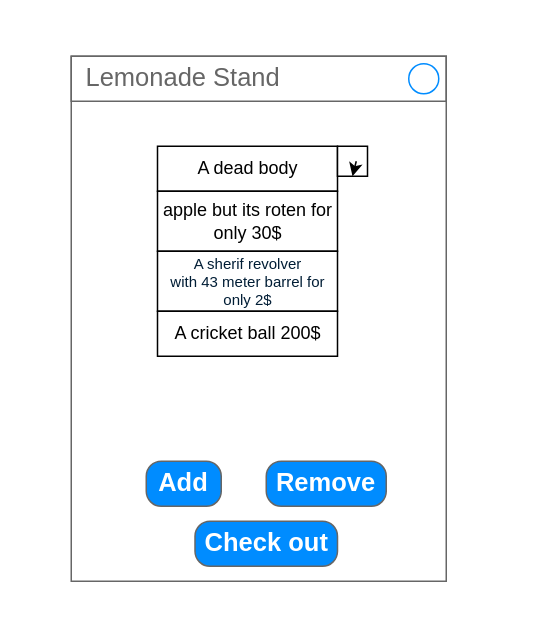
Above: stand.drawio in MAL-12DGT-2025/tkinter-projects-ZaneDied (draw.io), before the change. Source tidied: cells renumbered, new cells numbered last; positions are measured from the earlier drawing's top-left corner, leaving out a move shared by most shapes. Both pictures are drawn from the tidied source at 150%, with x=0, y=0 at pixel (70, 56).
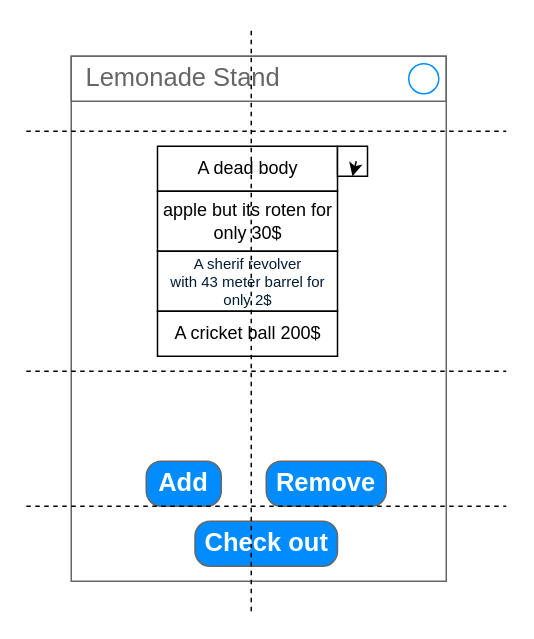
After the change.

Unchanged cells that the change refers to:
```xml
<mxCell id="2" style="strokeWidth=1;shadow=0;dashed=0;align=center;html=1;shape=mxgraph.mockup.containers.rrect;rSize=0;strokeColor=#666666;fontColor=#666666;fontSize=17;verticalAlign=top;whiteSpace=wrap;fillColor=#ffffff;spacingTop=32;" parent="1" vertex="1">
  <mxGeometry width="250" height="350" as="geometry" />
</mxCell>
```

What changed in the source:
```diff
@@
+    <mxCell id="14" style="endArrow=none;dashed=1;html=1;" parent="2" edge="1">
+      <mxGeometry relative="1" as="geometry">
+        <mxPoint x="-30" y="210" as="sourcePoint" />
+        <mxPoint x="290" y="210" as="targetPoint" />
+      </mxGeometry>
+    </mxCell>
+    <mxCell id="15" style="endArrow=none;dashed=1;html=1;" parent="2" edge="1">
+      <mxGeometry relative="1" as="geometry">
+        <mxPoint x="-30" y="300" as="sourcePoint" />
+        <mxPoint x="290" y="300" as="targetPoint" />
+      </mxGeometry>
+    </mxCell>
@@
+    <mxCell id="16" style="endArrow=none;dashed=1;html=1;" parent="1" edge="1">
+      <mxGeometry relative="1" as="geometry">
+        <mxPoint x="-30" y="50" as="sourcePoint" />
+        <mxPoint x="290" y="50" as="targetPoint" />
+      </mxGeometry>
+    </mxCell>
+    <mxCell id="17" style="endArrow=none;dashed=1;html=1;" parent="1" edge="1">
+      <mxGeometry relative="1" as="geometry">
+        <mxPoint x="120" y="370" as="sourcePoint" />
+        <mxPoint x="120" y="-20" as="targetPoint" />
+      </mxGeometry>
+    </mxCell>
```
